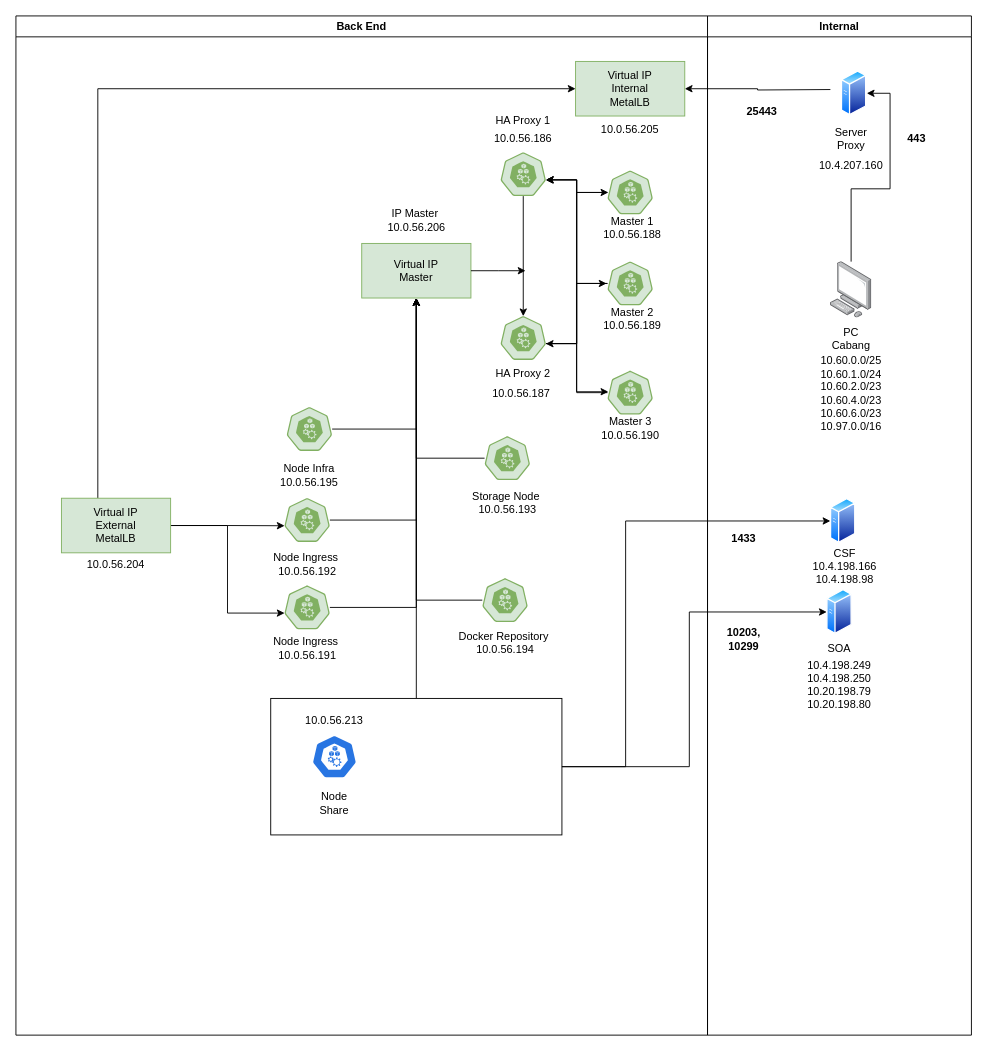
The draw.io diagram Untitled Diagram.drawio in AndiLiwantoroSusanto/andiliewantorosusanto.github.io, before the edit. Source tidied: cells renumbered, new cells numbered last; positions are measured from the earlier drawing's top-left corner, leaving out a move shared by most shapes. Both pictures are drawn from the tidied source at 91%, with x=0, y=0 at pixel (15, 15).
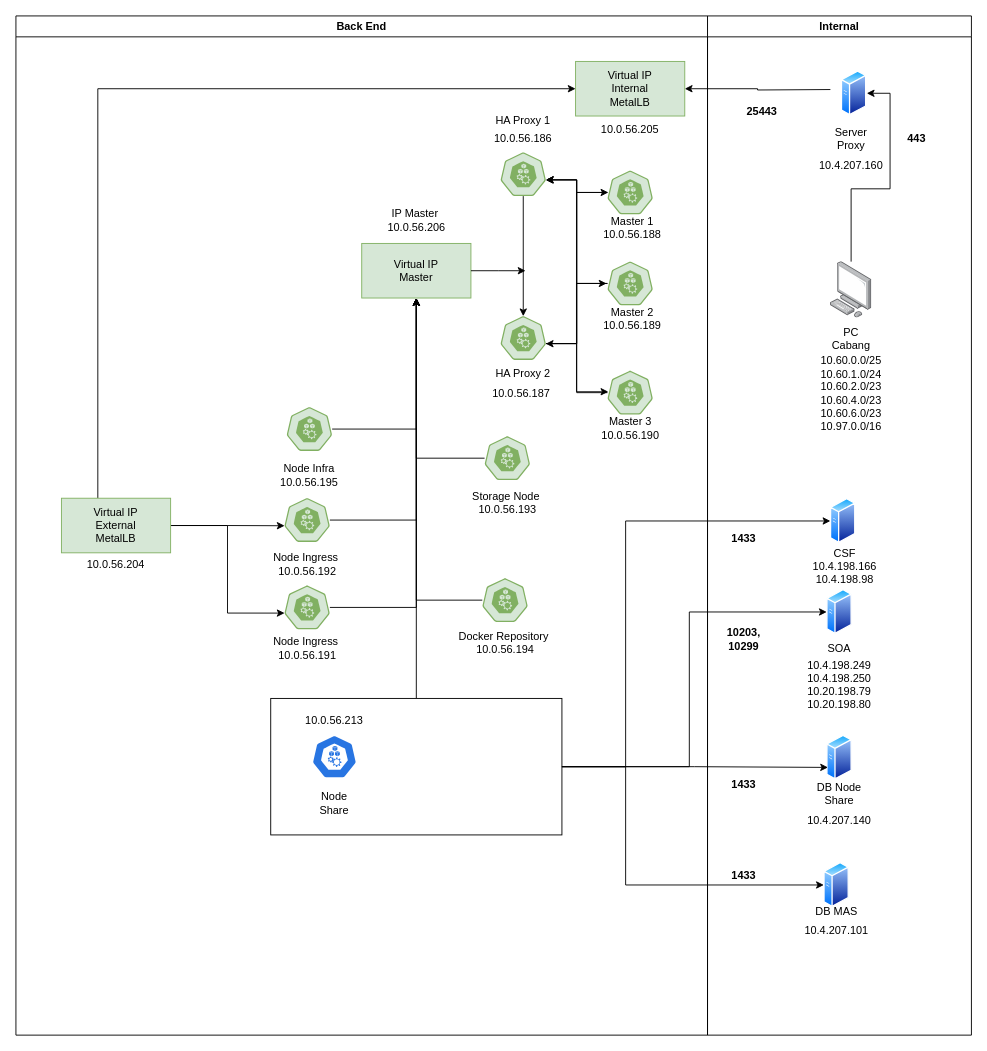
The same page after the edit.

The change refers to these unchanged cells:
```xml
<mxCell id="4" style="rounded=0;whiteSpace=wrap;html=1;" parent="2" vertex="1">
  <mxGeometry x="280" y="750" width="320" height="150" as="geometry" />
</mxCell>
<mxCell id="53" value="Internal" style="swimlane;" parent="1" vertex="1">
  <mxGeometry x="760" width="290" height="1120" as="geometry" />
</mxCell>
```

Change to the diagram source:
```diff
@@
+    <mxCell id="74" style="perimeter=ellipsePerimeter;html=1;align=center;shadow=0;dashed=0;spacingTop=3;image;image=img/lib/active_directory/generic_server.svg;" parent="53" vertex="1">
+      <mxGeometry x="131" y="790" width="28" height="50" as="geometry" />
+    </mxCell>
+    <mxCell id="75" value="DB Node Share" style="text;html=1;strokeColor=none;fillColor=none;align=center;verticalAlign=middle;whiteSpace=wrap;rounded=0;" parent="53" vertex="1">
+      <mxGeometry x="115" y="840" width="60" height="30" as="geometry" />
+    </mxCell>
+    <mxCell id="76" value="10.4.207.140" style="text;html=1;strokeColor=none;fillColor=none;align=center;verticalAlign=middle;whiteSpace=wrap;rounded=0;" parent="53" vertex="1">
+      <mxGeometry x="115" y="870" width="60" height="30" as="geometry" />
+    </mxCell>
+    <mxCell id="77" value="1433" style="text;html=1;strokeColor=none;fillColor=none;align=center;verticalAlign=middle;whiteSpace=wrap;rounded=0;fontStyle=1;" parent="53" vertex="1">
+      <mxGeometry x="10" y="830" width="60" height="30" as="geometry" />
+    </mxCell>
+    <mxCell id="78" style="perimeter=ellipsePerimeter;html=1;align=center;shadow=0;dashed=0;spacingTop=3;image;image=img/lib/active_directory/generic_server.svg;" parent="53" vertex="1">
+      <mxGeometry x="127.8" y="930" width="28" height="50" as="geometry" />
+    </mxCell>
+    <mxCell id="79" value="10.4.207.101" style="text;html=1;strokeColor=none;fillColor=none;align=center;verticalAlign=middle;whiteSpace=wrap;rounded=0;" parent="53" vertex="1">
+      <mxGeometry x="111.8" y="990" width="60" height="30" as="geometry" />
+    </mxCell>
+    <mxCell id="80" value="DB MAS" style="text;html=1;strokeColor=none;fillColor=none;align=center;verticalAlign=middle;whiteSpace=wrap;rounded=0;" parent="53" vertex="1">
+      <mxGeometry x="111.8" y="970" width="60" height="30" as="geometry" />
+    </mxCell>
+    <mxCell id="81" value="1433" style="text;html=1;strokeColor=none;fillColor=none;align=center;verticalAlign=middle;whiteSpace=wrap;rounded=0;fontStyle=1;" parent="53" vertex="1">
+      <mxGeometry x="10" y="930" width="60" height="30" as="geometry" />
+    </mxCell>
@@
+    <mxCell id="82" style="edgeStyle=orthogonalEdgeStyle;rounded=0;jettySize=auto;html=1;entryX=0;entryY=0.75;entryDx=0;entryDy=0;" parent="1" edge="1" source="4" target="74">
+      <mxGeometry relative="1" as="geometry" />
+    </mxCell>
+    <mxCell id="83" style="edgeStyle=orthogonalEdgeStyle;rounded=0;jettySize=auto;html=1;entryX=0;entryY=0.5;entryDx=0;entryDy=0;" parent="1" edge="1" source="4" target="78">
+      <mxGeometry relative="1" as="geometry">
+        <Array as="points">
+          <mxPoint x="670" y="825" />
+          <mxPoint x="670" y="955" />
+        </Array>
+      </mxGeometry>
+    </mxCell>
```
